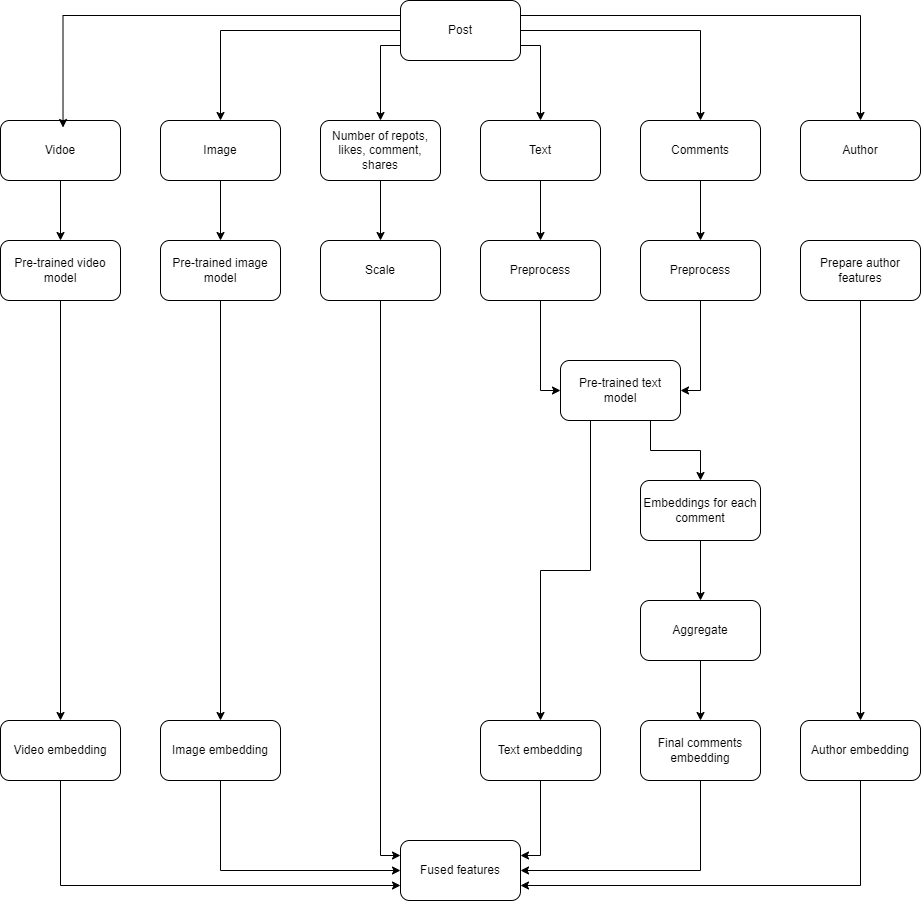
Before: img/machine-learning-system-design/harmful-content-detection8.png, a diagram exported from draw.io (riehseun/riehseun.github.io). Source tidied: cells renumbered, new cells last; positions are measured from the earlier drawing's top-left corner, leaving out a move shared by most shapes. Source of this version:
```xml
<mxGraphModel>
  <root>
    <mxCell id="0" />
    <mxCell id="1" parent="0" />
    <mxCell id="2" style="edgeStyle=orthogonalEdgeStyle;rounded=0;jettySize=auto;html=1;exitX=0;exitY=0.5;exitDx=0;exitDy=0;entryX=0.5;entryY=0;entryDx=0;entryDy=0;" parent="1" edge="1" source="7" target="11">
      <mxGeometry relative="1" as="geometry" />
    </mxCell>
    <mxCell id="3" style="edgeStyle=orthogonalEdgeStyle;rounded=0;jettySize=auto;html=1;exitX=0;exitY=0.75;exitDx=0;exitDy=0;" parent="1" edge="1" source="7" target="13">
      <mxGeometry relative="1" as="geometry" />
    </mxCell>
    <mxCell id="4" style="edgeStyle=orthogonalEdgeStyle;rounded=0;jettySize=auto;html=1;exitX=1;exitY=0.75;exitDx=0;exitDy=0;entryX=0.5;entryY=0;entryDx=0;entryDy=0;" parent="1" edge="1" source="7" target="15">
      <mxGeometry relative="1" as="geometry" />
    </mxCell>
    <mxCell id="5" style="edgeStyle=orthogonalEdgeStyle;rounded=0;jettySize=auto;html=1;exitX=1;exitY=0.5;exitDx=0;exitDy=0;entryX=0.5;entryY=0;entryDx=0;entryDy=0;" parent="1" edge="1" source="7" target="17">
      <mxGeometry relative="1" as="geometry" />
    </mxCell>
    <mxCell id="6" style="edgeStyle=orthogonalEdgeStyle;rounded=0;jettySize=auto;html=1;exitX=1;exitY=0.25;exitDx=0;exitDy=0;entryX=0.5;entryY=0;entryDx=0;entryDy=0;" parent="1" edge="1" source="7" target="18">
      <mxGeometry relative="1" as="geometry" />
    </mxCell>
    <mxCell id="7" value="Post" style="rounded=1;whiteSpace=wrap;html=1;" parent="1" vertex="1">
      <mxGeometry x="400" width="120" height="60" as="geometry" />
    </mxCell>
    <mxCell id="8" style="edgeStyle=orthogonalEdgeStyle;rounded=0;jettySize=auto;html=1;exitX=0.5;exitY=1;exitDx=0;exitDy=0;entryX=0.5;entryY=0;entryDx=0;entryDy=0;" parent="1" edge="1" source="9" target="21">
      <mxGeometry relative="1" as="geometry" />
    </mxCell>
    <mxCell id="9" value="Vidoe" style="rounded=1;whiteSpace=wrap;html=1;" parent="1" vertex="1">
      <mxGeometry y="120" width="120" height="60" as="geometry" />
    </mxCell>
    <mxCell id="10" style="edgeStyle=orthogonalEdgeStyle;rounded=0;jettySize=auto;html=1;exitX=0.5;exitY=1;exitDx=0;exitDy=0;entryX=0.5;entryY=0;entryDx=0;entryDy=0;" parent="1" edge="1" source="11" target="23">
      <mxGeometry relative="1" as="geometry" />
    </mxCell>
    <mxCell id="11" value="Image" style="rounded=1;whiteSpace=wrap;html=1;" parent="1" vertex="1">
      <mxGeometry x="160" y="120" width="120" height="60" as="geometry" />
    </mxCell>
    <mxCell id="12" style="edgeStyle=orthogonalEdgeStyle;rounded=0;jettySize=auto;html=1;exitX=0.5;exitY=1;exitDx=0;exitDy=0;entryX=0.5;entryY=0;entryDx=0;entryDy=0;" parent="1" edge="1" source="13" target="27">
      <mxGeometry relative="1" as="geometry" />
    </mxCell>
    <mxCell id="13" value="Number of repots, likes, comment, shares" style="rounded=1;whiteSpace=wrap;html=1;" parent="1" vertex="1">
      <mxGeometry x="320" y="120" width="120" height="60" as="geometry" />
    </mxCell>
    <mxCell id="14" style="edgeStyle=orthogonalEdgeStyle;rounded=0;jettySize=auto;html=1;exitX=0.5;exitY=1;exitDx=0;exitDy=0;entryX=0.5;entryY=0;entryDx=0;entryDy=0;" parent="1" edge="1" source="15" target="25">
      <mxGeometry relative="1" as="geometry" />
    </mxCell>
    <mxCell id="15" value="Text" style="rounded=1;whiteSpace=wrap;html=1;" parent="1" vertex="1">
      <mxGeometry x="480" y="120" width="120" height="60" as="geometry" />
    </mxCell>
    <mxCell id="16" style="edgeStyle=orthogonalEdgeStyle;rounded=0;jettySize=auto;html=1;exitX=0.5;exitY=1;exitDx=0;exitDy=0;" parent="1" edge="1" source="17" target="29">
      <mxGeometry relative="1" as="geometry" />
    </mxCell>
    <mxCell id="17" value="Comments" style="rounded=1;whiteSpace=wrap;html=1;" parent="1" vertex="1">
      <mxGeometry x="640" y="120" width="120" height="60" as="geometry" />
    </mxCell>
    <mxCell id="18" value="Author" style="rounded=1;whiteSpace=wrap;html=1;" parent="1" vertex="1">
      <mxGeometry x="800" y="120" width="120" height="60" as="geometry" />
    </mxCell>
    <mxCell id="19" style="edgeStyle=orthogonalEdgeStyle;rounded=0;jettySize=auto;html=1;exitX=0;exitY=0.25;exitDx=0;exitDy=0;entryX=0.521;entryY=0.117;entryDx=0;entryDy=0;entryPerimeter=0;" parent="1" edge="1" source="7" target="9">
      <mxGeometry relative="1" as="geometry" />
    </mxCell>
    <mxCell id="20" style="edgeStyle=orthogonalEdgeStyle;rounded=0;jettySize=auto;html=1;exitX=0.5;exitY=1;exitDx=0;exitDy=0;" parent="1" edge="1" source="21" target="48">
      <mxGeometry relative="1" as="geometry" />
    </mxCell>
    <mxCell id="21" value="Pre-trained video model" style="rounded=1;whiteSpace=wrap;html=1;" parent="1" vertex="1">
      <mxGeometry y="240" width="120" height="60" as="geometry" />
    </mxCell>
    <mxCell id="22" style="edgeStyle=orthogonalEdgeStyle;rounded=0;jettySize=auto;html=1;exitX=0.5;exitY=1;exitDx=0;exitDy=0;" parent="1" edge="1" source="23" target="46">
      <mxGeometry relative="1" as="geometry" />
    </mxCell>
    <mxCell id="23" value="Pre-trained image model" style="rounded=1;whiteSpace=wrap;html=1;" parent="1" vertex="1">
      <mxGeometry x="160" y="240" width="120" height="60" as="geometry" />
    </mxCell>
    <mxCell id="24" style="edgeStyle=orthogonalEdgeStyle;rounded=0;jettySize=auto;html=1;exitX=0.5;exitY=1;exitDx=0;exitDy=0;entryX=0;entryY=0.5;entryDx=0;entryDy=0;" parent="1" edge="1" source="25" target="34">
      <mxGeometry relative="1" as="geometry" />
    </mxCell>
    <mxCell id="25" value="Preprocess" style="rounded=1;whiteSpace=wrap;html=1;" parent="1" vertex="1">
      <mxGeometry x="480" y="240" width="120" height="60" as="geometry" />
    </mxCell>
    <mxCell id="26" style="edgeStyle=orthogonalEdgeStyle;rounded=0;jettySize=auto;html=1;exitX=0.5;exitY=1;exitDx=0;exitDy=0;entryX=0;entryY=0.25;entryDx=0;entryDy=0;" parent="1" edge="1" source="27" target="49">
      <mxGeometry relative="1" as="geometry" />
    </mxCell>
    <mxCell id="27" value="Scale" style="rounded=1;whiteSpace=wrap;html=1;" parent="1" vertex="1">
      <mxGeometry x="320" y="240" width="120" height="60" as="geometry" />
    </mxCell>
    <mxCell id="28" style="edgeStyle=orthogonalEdgeStyle;rounded=0;jettySize=auto;html=1;exitX=0.5;exitY=1;exitDx=0;exitDy=0;entryX=1;entryY=0.5;entryDx=0;entryDy=0;" parent="1" edge="1" source="29" target="34">
      <mxGeometry relative="1" as="geometry" />
    </mxCell>
    <mxCell id="29" value="Preprocess" style="rounded=1;whiteSpace=wrap;html=1;" parent="1" vertex="1">
      <mxGeometry x="640" y="240" width="120" height="60" as="geometry" />
    </mxCell>
    <mxCell id="30" style="edgeStyle=orthogonalEdgeStyle;rounded=0;jettySize=auto;html=1;exitX=0.5;exitY=1;exitDx=0;exitDy=0;entryX=0.5;entryY=0;entryDx=0;entryDy=0;" parent="1" edge="1" source="31" target="42">
      <mxGeometry relative="1" as="geometry" />
    </mxCell>
    <mxCell id="31" value="Prepare author features" style="rounded=1;whiteSpace=wrap;html=1;" parent="1" vertex="1">
      <mxGeometry x="800" y="240" width="120" height="60" as="geometry" />
    </mxCell>
    <mxCell id="32" style="edgeStyle=orthogonalEdgeStyle;rounded=0;jettySize=auto;html=1;exitX=0.75;exitY=1;exitDx=0;exitDy=0;entryX=0.5;entryY=0;entryDx=0;entryDy=0;" parent="1" edge="1" source="34" target="36">
      <mxGeometry relative="1" as="geometry" />
    </mxCell>
    <mxCell id="33" style="edgeStyle=orthogonalEdgeStyle;rounded=0;jettySize=auto;html=1;exitX=0.25;exitY=1;exitDx=0;exitDy=0;entryX=0.5;entryY=0;entryDx=0;entryDy=0;" parent="1" edge="1" source="34" target="44">
      <mxGeometry relative="1" as="geometry" />
    </mxCell>
    <mxCell id="34" value="Pre-trained text model" style="rounded=1;whiteSpace=wrap;html=1;" parent="1" vertex="1">
      <mxGeometry x="560" y="360" width="120" height="60" as="geometry" />
    </mxCell>
    <mxCell id="35" style="edgeStyle=orthogonalEdgeStyle;rounded=0;jettySize=auto;html=1;exitX=0.5;exitY=1;exitDx=0;exitDy=0;entryX=0.5;entryY=0;entryDx=0;entryDy=0;" parent="1" edge="1" source="36" target="38">
      <mxGeometry relative="1" as="geometry" />
    </mxCell>
    <mxCell id="36" value="Embeddings for each comment" style="rounded=1;whiteSpace=wrap;html=1;" parent="1" vertex="1">
      <mxGeometry x="640" y="480" width="120" height="60" as="geometry" />
    </mxCell>
    <mxCell id="37" style="edgeStyle=orthogonalEdgeStyle;rounded=0;jettySize=auto;html=1;exitX=0.5;exitY=1;exitDx=0;exitDy=0;entryX=0.5;entryY=0;entryDx=0;entryDy=0;" parent="1" edge="1" source="38" target="40">
      <mxGeometry relative="1" as="geometry" />
    </mxCell>
    <mxCell id="38" value="Aggregate" style="rounded=1;whiteSpace=wrap;html=1;" parent="1" vertex="1">
      <mxGeometry x="640" y="600" width="120" height="60" as="geometry" />
    </mxCell>
    <mxCell id="39" style="edgeStyle=orthogonalEdgeStyle;rounded=0;jettySize=auto;html=1;exitX=0.5;exitY=1;exitDx=0;exitDy=0;entryX=1;entryY=0.5;entryDx=0;entryDy=0;" parent="1" edge="1" source="40" target="49">
      <mxGeometry relative="1" as="geometry" />
    </mxCell>
    <mxCell id="40" value="Final comments embedding" style="rounded=1;whiteSpace=wrap;html=1;" parent="1" vertex="1">
      <mxGeometry x="640" y="720" width="120" height="60" as="geometry" />
    </mxCell>
    <mxCell id="41" style="edgeStyle=orthogonalEdgeStyle;rounded=0;jettySize=auto;html=1;exitX=0.5;exitY=1;exitDx=0;exitDy=0;entryX=1;entryY=0.75;entryDx=0;entryDy=0;" parent="1" edge="1" source="42" target="49">
      <mxGeometry relative="1" as="geometry" />
    </mxCell>
    <mxCell id="42" value="Author embedding" style="rounded=1;whiteSpace=wrap;html=1;" parent="1" vertex="1">
      <mxGeometry x="800" y="720" width="120" height="60" as="geometry" />
    </mxCell>
    <mxCell id="43" style="edgeStyle=orthogonalEdgeStyle;rounded=0;jettySize=auto;html=1;exitX=0.5;exitY=1;exitDx=0;exitDy=0;entryX=1;entryY=0.25;entryDx=0;entryDy=0;" parent="1" edge="1" source="44" target="49">
      <mxGeometry relative="1" as="geometry" />
    </mxCell>
    <mxCell id="44" value="Text embedding" style="rounded=1;whiteSpace=wrap;html=1;" parent="1" vertex="1">
      <mxGeometry x="480" y="720" width="120" height="60" as="geometry" />
    </mxCell>
    <mxCell id="45" style="edgeStyle=orthogonalEdgeStyle;rounded=0;jettySize=auto;html=1;exitX=0.5;exitY=1;exitDx=0;exitDy=0;entryX=0;entryY=0.5;entryDx=0;entryDy=0;" parent="1" edge="1" source="46" target="49">
      <mxGeometry relative="1" as="geometry" />
    </mxCell>
    <mxCell id="46" value="Image embedding" style="rounded=1;whiteSpace=wrap;html=1;" parent="1" vertex="1">
      <mxGeometry x="160" y="720" width="120" height="60" as="geometry" />
    </mxCell>
    <mxCell id="47" style="edgeStyle=orthogonalEdgeStyle;rounded=0;jettySize=auto;html=1;exitX=0.5;exitY=1;exitDx=0;exitDy=0;entryX=0;entryY=0.75;entryDx=0;entryDy=0;" parent="1" edge="1" source="48" target="49">
      <mxGeometry relative="1" as="geometry" />
    </mxCell>
    <mxCell id="48" value="Video embedding" style="rounded=1;whiteSpace=wrap;html=1;" parent="1" vertex="1">
      <mxGeometry y="720" width="120" height="60" as="geometry" />
    </mxCell>
    <mxCell id="49" value="Fused features" style="rounded=1;whiteSpace=wrap;html=1;" parent="1" vertex="1">
      <mxGeometry x="400" y="840" width="120" height="60" as="geometry" />
    </mxCell>
  </root>
</mxGraphModel>
```
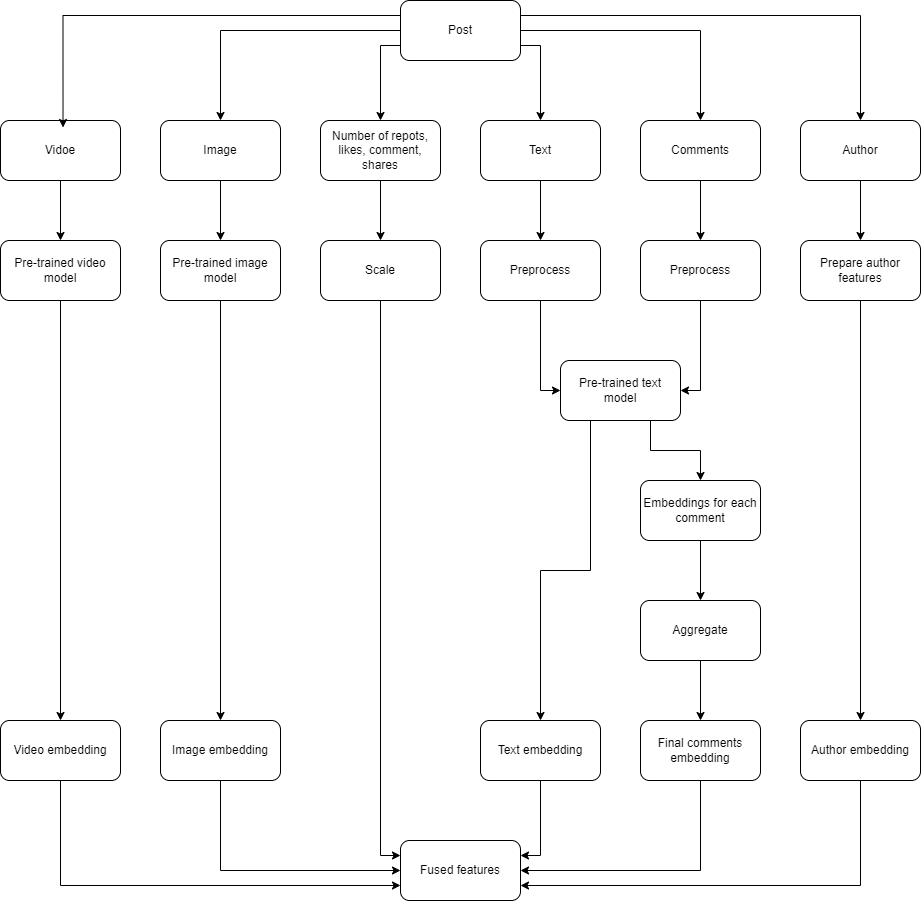
Above is the later version.

Diff of the diagram source:
```diff
@@ -50,6 +50,9 @@
     <mxCell id="17" value="Comments" style="rounded=1;whiteSpace=wrap;html=1;" parent="1" vertex="1">
       <mxGeometry x="640" y="120" width="120" height="60" as="geometry" />
     </mxCell>
+    <mxCell id="50" style="edgeStyle=orthogonalEdgeStyle;rounded=0;jettySize=auto;html=1;exitX=0.5;exitY=1;exitDx=0;exitDy=0;entryX=0.5;entryY=0;entryDx=0;entryDy=0;" parent="1" edge="1" source="18" target="31">
+      <mxGeometry relative="1" as="geometry" />
+    </mxCell>
     <mxCell id="18" value="Author" style="rounded=1;whiteSpace=wrap;html=1;" parent="1" vertex="1">
       <mxGeometry x="800" y="120" width="120" height="60" as="geometry" />
     </mxCell>
```
